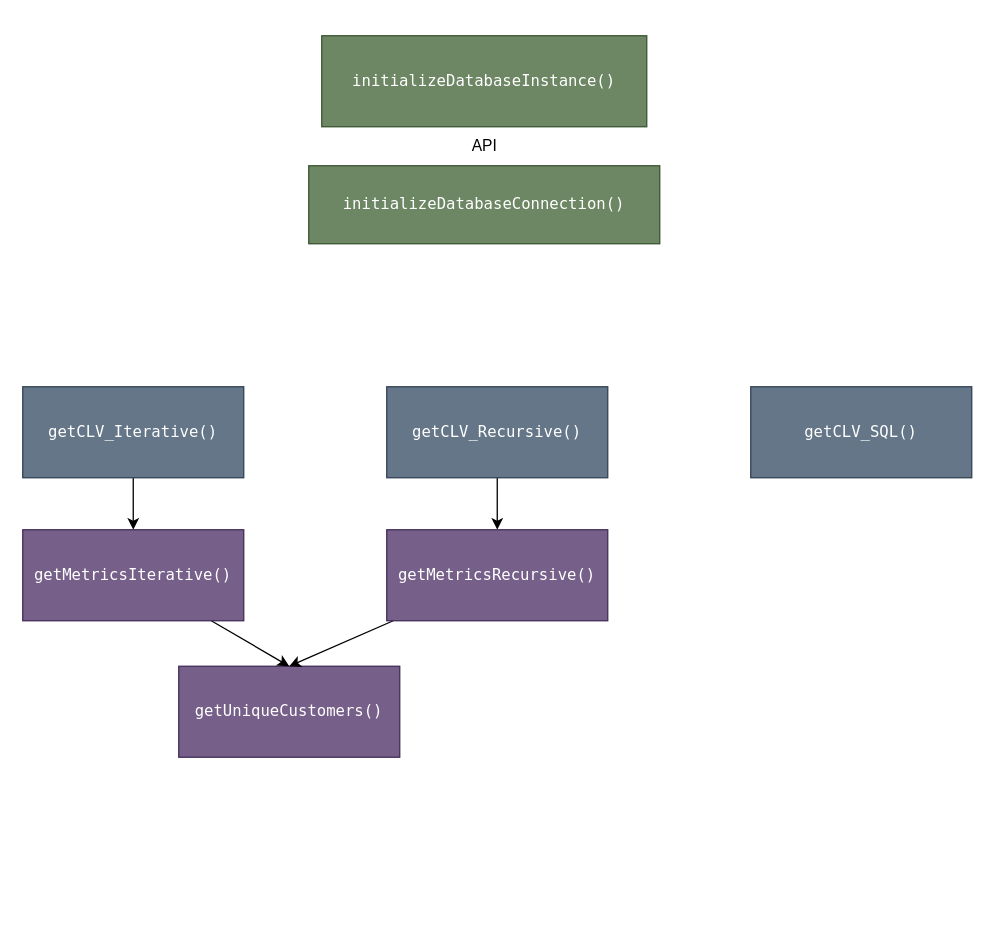
Above: Task 2/Task2_Functions.drawio in Musiik-fn/622-Final-Project (draw.io), before the change. Source tidied: cells renumbered, new cells numbered last; positions are measured from the earlier drawing's top-left corner, leaving out a move shared by most shapes. Both pictures are drawn from the tidied source at 130%, with x=0, y=0 at pixel (22, 35).
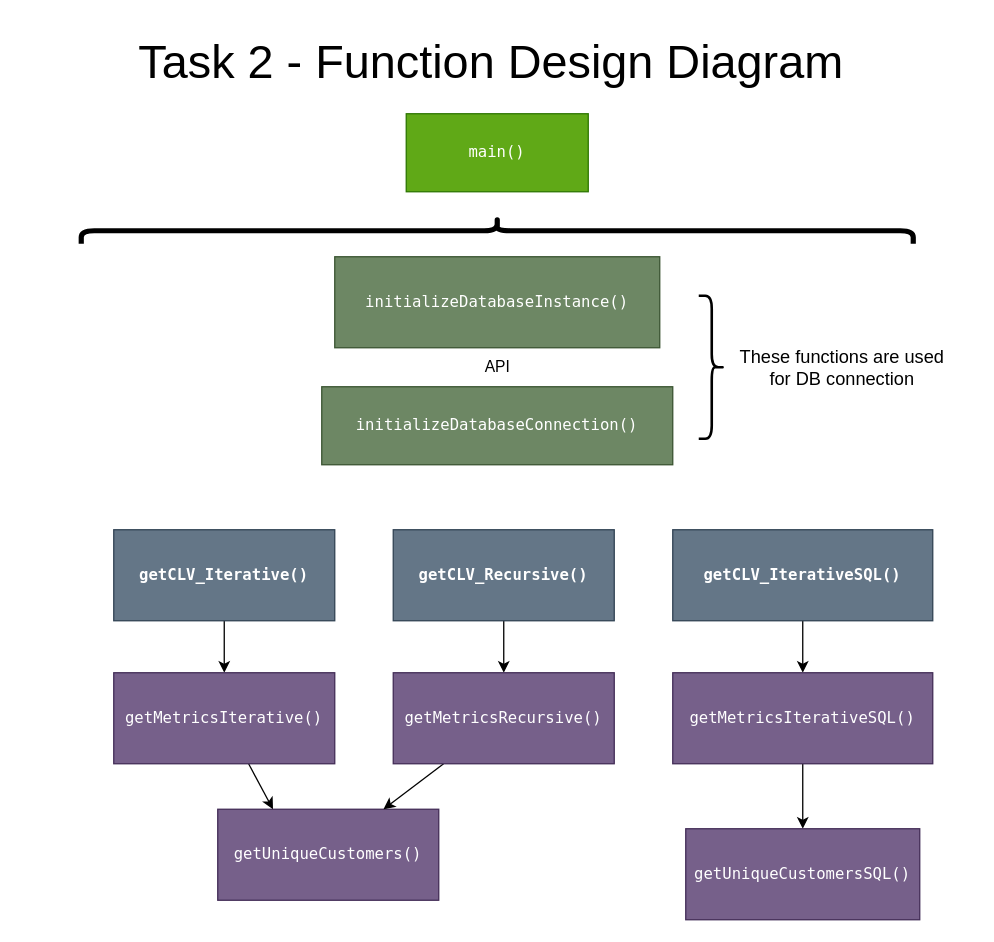
After the change.

The edit, as a diff of the source:
```diff
@@
     <mxCell id="2" value="&lt;font face=&quot;Lucida Console&quot;&gt;initializeDatabaseInstance()&lt;/font&gt;" style="rounded=0;whiteSpace=wrap;html=1;fillColor=#6d8764;strokeColor=#3A5431;fontColor=#ffffff;" parent="1" vertex="1">
-      <mxGeometry x="230" width="250" height="70" as="geometry" />
+      <mxGeometry x="240" y="170" width="250" height="70" as="geometry" />
     </mxCell>
@@
-    <mxCell id="4" value="&lt;font face=&quot;Lucida Console&quot;&gt;getCLV_Iterative()&lt;/font&gt;" style="rounded=0;whiteSpace=wrap;html=1;fillColor=#647687;strokeColor=#314354;fontColor=#ffffff;" parent="1" vertex="1">
-      <mxGeometry y="270" width="170" height="70" as="geometry" />
+    <mxCell id="4" value="&lt;font face=&quot;Lucida Console&quot;&gt;&lt;b&gt;getCLV_Iterative()&lt;/b&gt;&lt;/font&gt;" style="rounded=0;whiteSpace=wrap;html=1;fillColor=#647687;strokeColor=#314354;fontColor=#ffffff;" parent="1" vertex="1">
+      <mxGeometry x="70" y="380" width="170" height="70" as="geometry" />
     </mxCell>
@@
-    <mxCell id="6" value="&lt;font face=&quot;Lucida Console&quot;&gt;getCLV_Recursive()&lt;/font&gt;" style="rounded=0;whiteSpace=wrap;html=1;fillColor=#647687;strokeColor=#314354;fontColor=#ffffff;" parent="1" vertex="1">
-      <mxGeometry x="280" y="270" width="170" height="70" as="geometry" />
+    <mxCell id="6" value="&lt;font face=&quot;Lucida Console&quot;&gt;&lt;b&gt;getCLV_Recursive()&lt;/b&gt;&lt;/font&gt;" style="rounded=0;whiteSpace=wrap;html=1;fillColor=#647687;strokeColor=#314354;fontColor=#ffffff;" parent="1" vertex="1">
+      <mxGeometry x="285" y="380" width="170" height="70" as="geometry" />
     </mxCell>
-    <mxCell id="7" value="&lt;font face=&quot;Lucida Console&quot;&gt;getCLV_SQL()&lt;/font&gt;" style="rounded=0;whiteSpace=wrap;html=1;fillColor=#647687;strokeColor=#314354;fontColor=#ffffff;" parent="1" vertex="1">
-      <mxGeometry x="560" y="270" width="170" height="70" as="geometry" />
-    </mxCell>
+    <mxCell id="15" style="edgeStyle=none;html=1;entryX=0.5;entryY=0;entryDx=0;entryDy=0;exitX=0.5;exitY=1;exitDx=0;exitDy=0;" parent="1" edge="1" source="19" target="18">
+      <mxGeometry relative="1" as="geometry" />
+    </mxCell>
     <mxCell id="8" value="&lt;font face=&quot;Lucida Console&quot;&gt;getUniqueCustomers()&lt;/font&gt;" style="rounded=0;whiteSpace=wrap;html=1;fillColor=#76608a;strokeColor=#432D57;fontColor=#ffffff;" parent="1" vertex="1">
-      <mxGeometry x="120" y="485" width="170" height="70" as="geometry" />
+      <mxGeometry x="150" y="595" width="170" height="70" as="geometry" />
     </mxCell>
-    <mxCell id="9" style="edgeStyle=none;html=1;entryX=0.5;entryY=0;entryDx=0;entryDy=0;curved=1;" parent="1" edge="1" source="10" target="8">
+    <mxCell id="9" style="edgeStyle=none;html=1;entryX=0.25;entryY=0;entryDx=0;entryDy=0;curved=1;" parent="1" edge="1" source="10" target="8">
       <mxGeometry relative="1" as="geometry" />
     </mxCell>
     <mxCell id="10" value="&lt;font face=&quot;Lucida Console&quot;&gt;getMetricsIterative()&lt;/font&gt;" style="rounded=0;whiteSpace=wrap;html=1;fillColor=#76608a;strokeColor=#432D57;fontColor=#ffffff;" parent="1" vertex="1">
-      <mxGeometry y="380" width="170" height="70" as="geometry" />
+      <mxGeometry x="70" y="490" width="170" height="70" as="geometry" />
     </mxCell>
     <mxCell id="11" value="&lt;font face=&quot;Lucida Console&quot;&gt;initializeDatabaseConnection()&lt;/font&gt;" style="rounded=0;whiteSpace=wrap;html=1;fillColor=#6d8764;strokeColor=#3A5431;fontColor=#ffffff;" parent="1" vertex="1">
-      <mxGeometry x="220" y="100" width="270" height="60" as="geometry" />
+      <mxGeometry x="230" y="270" width="270" height="60" as="geometry" />
     </mxCell>
+    <mxCell id="16" style="edgeStyle=none;html=1;fontSize=36;" parent="1" edge="1" source="12" target="2">
+      <mxGeometry relative="1" as="geometry" />
+    </mxCell>
     <mxCell id="12" value="API" style="text;html=1;align=center;verticalAlign=middle;points=[];strokeColor=none;fillColor=none;" parent="1" vertex="1">
-      <mxGeometry x="335" y="70" width="40" height="30" as="geometry" />
+      <mxGeometry x="345" y="240" width="40" height="30" as="geometry" />
     </mxCell>
-    <mxCell id="13" style="edgeStyle=none;html=1;entryX=0.5;entryY=0;entryDx=0;entryDy=0;" parent="1" edge="1" source="14" target="8">
+    <mxCell id="13" style="edgeStyle=none;html=1;entryX=0.75;entryY=0;entryDx=0;entryDy=0;" parent="1" edge="1" source="14" target="8">
       <mxGeometry relative="1" as="geometry" />
     </mxCell>
     <mxCell id="14" value="&lt;font face=&quot;Lucida Console&quot;&gt;getMetricsRecursive()&lt;/font&gt;" style="rounded=0;whiteSpace=wrap;html=1;fillColor=#76608a;strokeColor=#432D57;fontColor=#ffffff;" parent="1" vertex="1">
-      <mxGeometry x="280" y="380" width="170" height="70" as="geometry" />
+      <mxGeometry x="285" y="490" width="170" height="70" as="geometry" />
     </mxCell>
+    <mxCell id="17" style="edgeStyle=none;html=1;entryX=0.5;entryY=0;entryDx=0;entryDy=0;" parent="1" edge="1" source="18" target="20">
+      <mxGeometry relative="1" as="geometry" />
+    </mxCell>
+    <mxCell id="18" value="&lt;font face=&quot;Lucida Console&quot;&gt;getMetricsIterativeSQL()&lt;/font&gt;" style="rounded=0;whiteSpace=wrap;html=1;fillColor=#76608a;strokeColor=#432D57;fontColor=#ffffff;" parent="1" vertex="1">
+      <mxGeometry x="500" y="490" width="200" height="70" as="geometry" />
+    </mxCell>
+    <mxCell id="19" value="&lt;font face=&quot;Lucida Console&quot;&gt;&lt;b&gt;getCLV_IterativeSQL()&lt;/b&gt;&lt;/font&gt;" style="rounded=0;whiteSpace=wrap;html=1;fillColor=#647687;strokeColor=#314354;fontColor=#ffffff;" parent="1" vertex="1">
+      <mxGeometry x="500" y="380" width="200" height="70" as="geometry" />
+    </mxCell>
+    <mxCell id="20" value="&lt;font face=&quot;Lucida Console&quot;&gt;getUniqueCustomersSQL()&lt;/font&gt;" style="rounded=0;whiteSpace=wrap;html=1;fillColor=#76608a;strokeColor=#432D57;fontColor=#ffffff;" parent="1" vertex="1">
+      <mxGeometry x="510" y="610" width="180" height="70" as="geometry" />
+    </mxCell>
+    <mxCell id="21" value="&lt;font style=&quot;font-size: 36px;&quot;&gt;Task 2 - Function Design Diagram&lt;/font&gt;" style="text;html=1;align=center;verticalAlign=middle;strokeColor=none;fillColor=none;" parent="1" vertex="1">
+      <mxGeometry x="75" y="-10" width="570" height="60" as="geometry" />
+    </mxCell>
+    <mxCell id="22" value="&lt;font face=&quot;Lucida Console&quot;&gt;main()&lt;/font&gt;" style="rounded=0;whiteSpace=wrap;html=1;fillColor=#60a917;fontColor=#ffffff;strokeColor=#2D7600;" parent="1" vertex="1">
+      <mxGeometry x="295" y="60" width="140" height="60" as="geometry" />
+    </mxCell>
+    <mxCell id="23" style="shape=curlyBracket;whiteSpace=wrap;html=1;rounded=1;flipH=1;labelPosition=right;verticalLabelPosition=middle;align=left;verticalAlign=middle;fontSize=72;rotation=-90;strokeWidth=4;perimeterSpacing=0;" parent="1" vertex="1">
+      <mxGeometry x="355" y="-170" width="20" height="640" as="geometry" />
+    </mxCell>
+    <mxCell id="24" value="&lt;font style=&quot;font-size: 14px;&quot;&gt;These functions are used &lt;br&gt;for DB connection&lt;/font&gt;" style="text;html=1;align=center;verticalAlign=middle;strokeColor=none;fillColor=none;" parent="1" vertex="1">
+      <mxGeometry x="540" y="230" width="180" height="50" as="geometry" />
+    </mxCell>
+    <mxCell id="25" style="shape=curlyBracket;whiteSpace=wrap;html=1;rounded=1;flipH=1;labelPosition=right;verticalLabelPosition=middle;align=left;verticalAlign=middle;fontSize=72;rotation=0;strokeWidth=2;perimeterSpacing=0;" parent="1" vertex="1">
+      <mxGeometry x="520" y="200" width="20" height="110" as="geometry" />
+    </mxCell>
```
